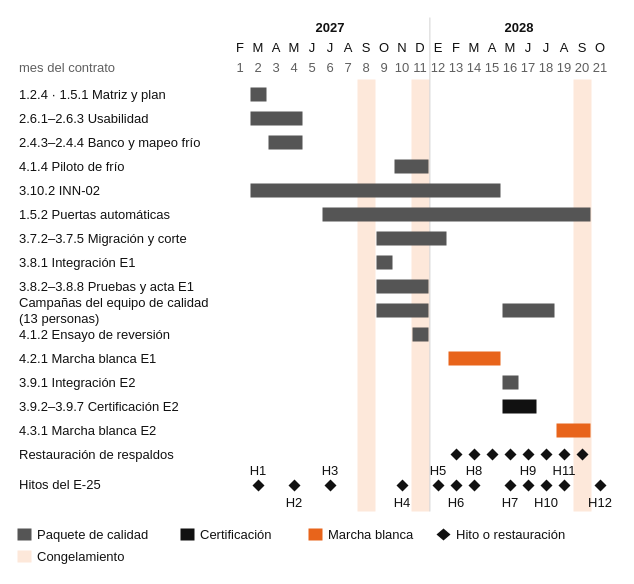
The draw.io diagram SD9_v_nueva/09_plan_calidad/diagramas/Fig_9-10_Calidad_Implementacion.drawio in PatricioH315/LafroX, before the edit. Source tidied: cells renumbered, new cells numbered last; positions are measured from the earlier drawing's top-left corner, leaving out a move shared by most shapes. Both pictures are drawn from the tidied source at 100%, with x=0, y=0 at pixel (17, 17).
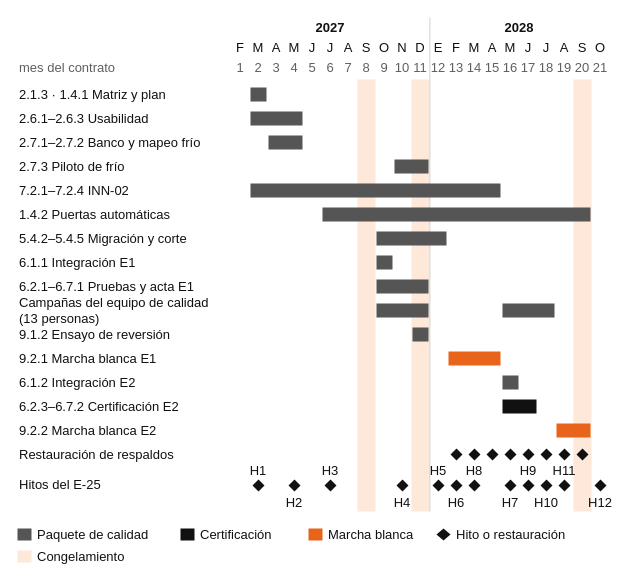
The same page after the edit.

The edit, as a diff of the source:
```diff
@@
-    <mxCell id="51" value="1.2.4 · 1.5.1 Matriz y plan" style="text;html=1;fontSize=13;fontFamily=Helvetica;fontColor=#111111;align=left;verticalAlign=middle;whiteSpace=wrap;" parent="1" vertex="1">
+    <mxCell id="51" value="2.1.3 · 1.4.1 Matriz y plan" style="text;html=1;fontSize=13;fontFamily=Helvetica;fontColor=#111111;align=left;verticalAlign=middle;whiteSpace=wrap;" parent="1" vertex="1">
       <mxGeometry y="66" width="210" height="22" as="geometry" />
     </mxCell>
@@
-    <mxCell id="55" value="2.4.3–2.4.4 Banco y mapeo frío" style="text;html=1;fontSize=13;fontFamily=Helvetica;fontColor=#111111;align=left;verticalAlign=middle;whiteSpace=wrap;" parent="1" vertex="1">
+    <mxCell id="55" value="2.7.1–2.7.2 Banco y mapeo frío" style="text;html=1;fontSize=13;fontFamily=Helvetica;fontColor=#111111;align=left;verticalAlign=middle;whiteSpace=wrap;" parent="1" vertex="1">
       <mxGeometry y="114" width="210" height="22" as="geometry" />
     </mxCell>
@@
-    <mxCell id="57" value="4.1.4 Piloto de frío" style="text;html=1;fontSize=13;fontFamily=Helvetica;fontColor=#111111;align=left;verticalAlign=middle;whiteSpace=wrap;" parent="1" vertex="1">
+    <mxCell id="57" value="2.7.3 Piloto de frío" style="text;html=1;fontSize=13;fontFamily=Helvetica;fontColor=#111111;align=left;verticalAlign=middle;whiteSpace=wrap;" parent="1" vertex="1">
       <mxGeometry y="138" width="210" height="22" as="geometry" />
     </mxCell>
@@
-    <mxCell id="59" value="3.10.2 INN-02" style="text;html=1;fontSize=13;fontFamily=Helvetica;fontColor=#111111;align=left;verticalAlign=middle;whiteSpace=wrap;" parent="1" vertex="1">
+    <mxCell id="59" value="7.2.1–7.2.4 INN-02" style="text;html=1;fontSize=13;fontFamily=Helvetica;fontColor=#111111;align=left;verticalAlign=middle;whiteSpace=wrap;" parent="1" vertex="1">
       <mxGeometry y="162" width="210" height="22" as="geometry" />
     </mxCell>
@@
-    <mxCell id="61" value="1.5.2 Puertas automáticas" style="text;html=1;fontSize=13;fontFamily=Helvetica;fontColor=#111111;align=left;verticalAlign=middle;whiteSpace=wrap;" parent="1" vertex="1">
+    <mxCell id="61" value="1.4.2 Puertas automáticas" style="text;html=1;fontSize=13;fontFamily=Helvetica;fontColor=#111111;align=left;verticalAlign=middle;whiteSpace=wrap;" parent="1" vertex="1">
       <mxGeometry y="186" width="210" height="22" as="geometry" />
     </mxCell>
@@
-    <mxCell id="63" value="3.7.2–3.7.5 Migración y corte" style="text;html=1;fontSize=13;fontFamily=Helvetica;fontColor=#111111;align=left;verticalAlign=middle;whiteSpace=wrap;" parent="1" vertex="1">
+    <mxCell id="63" value="5.4.2–5.4.5 Migración y corte" style="text;html=1;fontSize=13;fontFamily=Helvetica;fontColor=#111111;align=left;verticalAlign=middle;whiteSpace=wrap;" parent="1" vertex="1">
       <mxGeometry y="210" width="210" height="22" as="geometry" />
     </mxCell>
@@
-    <mxCell id="65" value="3.8.1 Integración E1" style="text;html=1;fontSize=13;fontFamily=Helvetica;fontColor=#111111;align=left;verticalAlign=middle;whiteSpace=wrap;" parent="1" vertex="1">
+    <mxCell id="65" value="6.1.1 Integración E1" style="text;html=1;fontSize=13;fontFamily=Helvetica;fontColor=#111111;align=left;verticalAlign=middle;whiteSpace=wrap;" parent="1" vertex="1">
       <mxGeometry y="234" width="210" height="22" as="geometry" />
     </mxCell>
@@
-    <mxCell id="67" value="3.8.2–3.8.8 Pruebas y acta E1" style="text;html=1;fontSize=13;fontFamily=Helvetica;fontColor=#111111;align=left;verticalAlign=middle;whiteSpace=wrap;" parent="1" vertex="1">
+    <mxCell id="67" value="6.2.1–6.7.1 Pruebas y acta E1" style="text;html=1;fontSize=13;fontFamily=Helvetica;fontColor=#111111;align=left;verticalAlign=middle;whiteSpace=wrap;" parent="1" vertex="1">
       <mxGeometry y="258" width="210" height="22" as="geometry" />
     </mxCell>
@@
-    <mxCell id="72" value="4.1.2 Ensayo de reversión" style="text;html=1;fontSize=13;fontFamily=Helvetica;fontColor=#111111;align=left;verticalAlign=middle;whiteSpace=wrap;" parent="1" vertex="1">
+    <mxCell id="72" value="9.1.2 Ensayo de reversión" style="text;html=1;fontSize=13;fontFamily=Helvetica;fontColor=#111111;align=left;verticalAlign=middle;whiteSpace=wrap;" parent="1" vertex="1">
       <mxGeometry y="306" width="210" height="22" as="geometry" />
     </mxCell>
@@
-    <mxCell id="74" value="4.2.1 Marcha blanca E1" style="text;html=1;fontSize=13;fontFamily=Helvetica;fontColor=#111111;align=left;verticalAlign=middle;whiteSpace=wrap;" parent="1" vertex="1">
+    <mxCell id="74" value="9.2.1 Marcha blanca E1" style="text;html=1;fontSize=13;fontFamily=Helvetica;fontColor=#111111;align=left;verticalAlign=middle;whiteSpace=wrap;" parent="1" vertex="1">
       <mxGeometry y="330" width="210" height="22" as="geometry" />
     </mxCell>
@@
-    <mxCell id="76" value="3.9.1 Integración E2" style="text;html=1;fontSize=13;fontFamily=Helvetica;fontColor=#111111;align=left;verticalAlign=middle;whiteSpace=wrap;" parent="1" vertex="1">
+    <mxCell id="76" value="6.1.2 Integración E2" style="text;html=1;fontSize=13;fontFamily=Helvetica;fontColor=#111111;align=left;verticalAlign=middle;whiteSpace=wrap;" parent="1" vertex="1">
       <mxGeometry y="354" width="210" height="22" as="geometry" />
     </mxCell>
@@
-    <mxCell id="78" value="3.9.2–3.9.7 Certificación E2" style="text;html=1;fontSize=13;fontFamily=Helvetica;fontColor=#111111;align=left;verticalAlign=middle;whiteSpace=wrap;" parent="1" vertex="1">
+    <mxCell id="78" value="6.2.3–6.7.2 Certificación E2" style="text;html=1;fontSize=13;fontFamily=Helvetica;fontColor=#111111;align=left;verticalAlign=middle;whiteSpace=wrap;" parent="1" vertex="1">
       <mxGeometry y="378" width="210" height="22" as="geometry" />
     </mxCell>
@@
-    <mxCell id="80" value="4.3.1 Marcha blanca E2" style="text;html=1;fontSize=13;fontFamily=Helvetica;fontColor=#111111;align=left;verticalAlign=middle;whiteSpace=wrap;" parent="1" vertex="1">
+    <mxCell id="80" value="9.2.2 Marcha blanca E2" style="text;html=1;fontSize=13;fontFamily=Helvetica;fontColor=#111111;align=left;verticalAlign=middle;whiteSpace=wrap;" parent="1" vertex="1">
       <mxGeometry y="402" width="210" height="22" as="geometry" />
     </mxCell>
```
